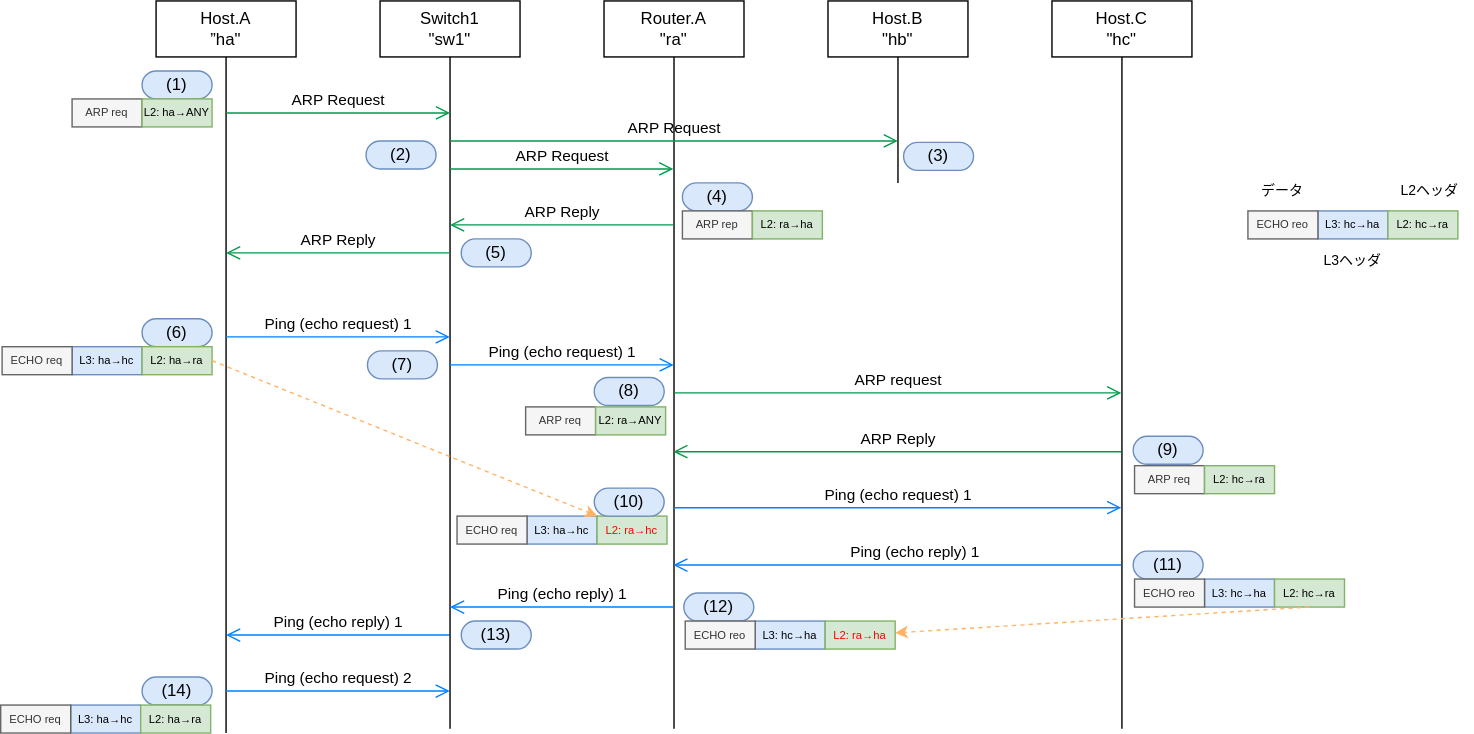
Earlier version of the draw.io export exercise_docs/tutorial6/sequence.drawio.svg (infra-handson/network-training). Source tidied: cells renumbered, new cells last; positions are measured from the earlier drawing's top-left corner, leaving out a move shared by most shapes.
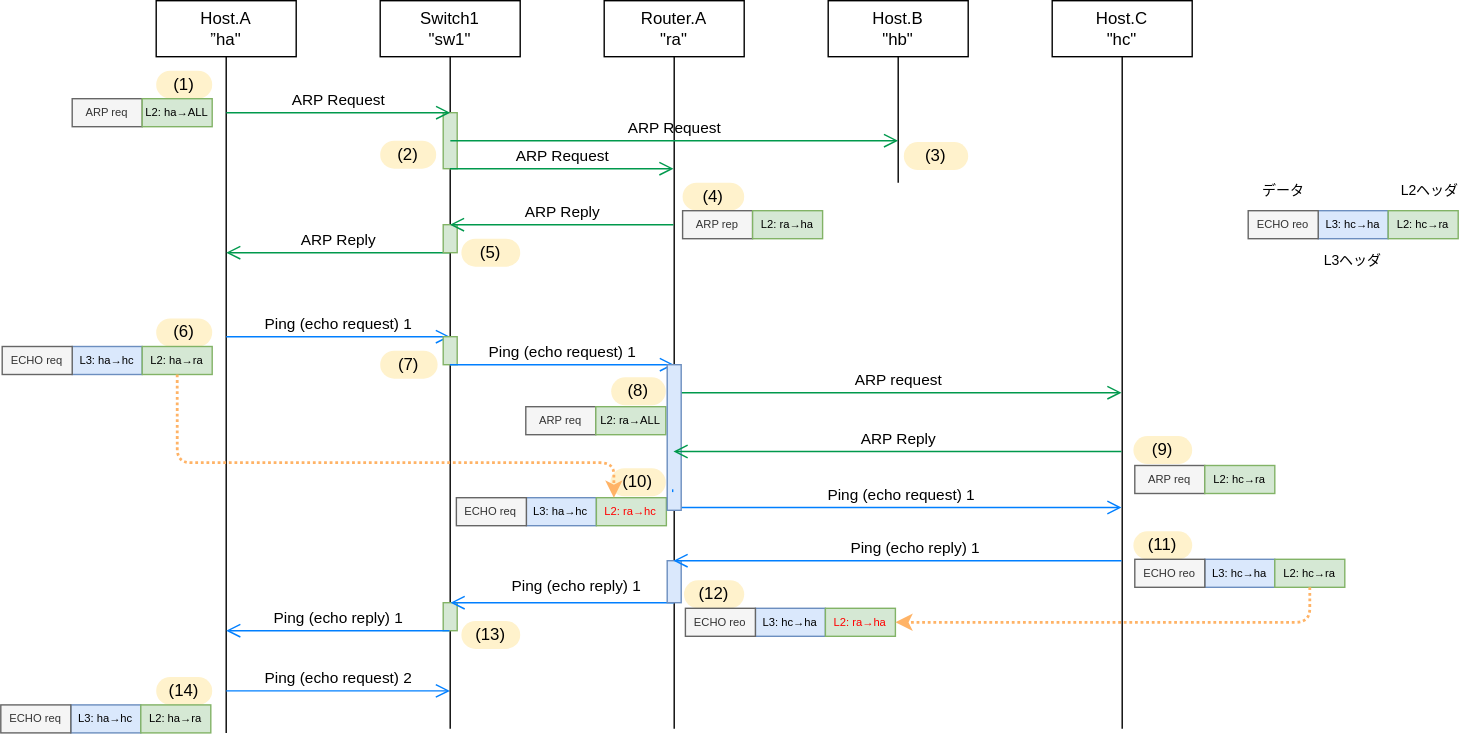
The same diagram one commit later.

The edit, as a diff of the source:
```diff
@@ -7,14 +7,5 @@
     </mxCell>
-    <mxCell id="3" value="(1)" style="rounded=1;whiteSpace=wrap;html=1;arcSize=50;fillColor=#dae8fc;strokeColor=#6c8ebf;" parent="2" vertex="1">
-      <mxGeometry x="-10" y="50" width="50" height="20" as="geometry" />
+    <mxCell id="3" value="(1)" style="rounded=1;whiteSpace=wrap;html=1;arcSize=50;fillColor=#fff2cc;strokeColor=none;" parent="2" vertex="1">
+      <mxGeometry y="50" width="40" height="20" as="geometry" />
     </mxCell>
-    <mxCell id="4" value="Ping (echo reply) 1" style="endArrow=open;startArrow=none;endFill=0;startFill=0;endSize=8;html=1;verticalAlign=bottom;labelBackgroundColor=none;strokeWidth=1;strokeColor=#007FFF;" parent="2" edge="1">
-      <mxGeometry relative="1" as="geometry">
-        <mxPoint x="209.5" y="453" as="sourcePoint" />
-        <mxPoint x="50" y="453" as="targetPoint" />
-        <Array as="points">
-          <mxPoint x="87.8" y="453" />
-        </Array>
-      </mxGeometry>
-    </mxCell>
     <mxCell id="5" value="Ping (echo request) 2" style="endArrow=open;startArrow=none;endFill=0;startFill=0;endSize=8;html=1;verticalAlign=bottom;labelBackgroundColor=none;strokeWidth=1;strokeColor=#007FFF;" parent="2" edge="1">
@@ -28,4 +19,4 @@
     </mxCell>
-    <mxCell id="6" value="(14)" style="rounded=1;whiteSpace=wrap;html=1;arcSize=50;fillColor=#dae8fc;strokeColor=#6c8ebf;" parent="2" vertex="1">
-      <mxGeometry x="-10" y="483" width="50" height="20" as="geometry" />
+    <mxCell id="6" value="(14)" style="rounded=1;whiteSpace=wrap;html=1;arcSize=50;fillColor=#fff2cc;strokeColor=none;" parent="2" vertex="1">
+      <mxGeometry y="483" width="40" height="20" as="geometry" />
     </mxCell>
@@ -34,3 +25,3 @@
     </mxCell>
-    <mxCell id="8" value="L2: ha→ANY" style="rounded=0;whiteSpace=wrap;html=1;fontSize=8;fillColor=#d5e8d4;strokeColor=#82b366;" parent="2" vertex="1">
+    <mxCell id="8" value="L2: ha→ALL" style="rounded=0;whiteSpace=wrap;html=1;fontSize=8;fillColor=#d5e8d4;strokeColor=#82b366;" parent="2" vertex="1">
       <mxGeometry x="-10" y="70" width="50" height="20" as="geometry" />
@@ -67,2 +58,17 @@
     </mxCell>
+    <mxCell id="16" value="(2)" style="rounded=1;whiteSpace=wrap;html=1;arcSize=50;fillColor=#fff2cc;strokeColor=none;" parent="12" vertex="1">
+      <mxGeometry y="100" width="40" height="20" as="geometry" />
+    </mxCell>
+    <mxCell id="66" style="html=1;perimeter=orthogonalPerimeter;fillColor=#d5e8d4;strokeColor=#82b366;" parent="12" vertex="1">
+      <mxGeometry x="45" y="80" width="10" height="40" as="geometry" />
+    </mxCell>
+    <mxCell id="67" style="html=1;perimeter=orthogonalPerimeter;fillColor=#d5e8d4;strokeColor=#82b366;" parent="12" vertex="1">
+      <mxGeometry x="45" y="160" width="10" height="20" as="geometry" />
+    </mxCell>
+    <mxCell id="68" style="html=1;perimeter=orthogonalPerimeter;fillColor=#d5e8d4;strokeColor=#82b366;" parent="12" vertex="1">
+      <mxGeometry x="45" y="240" width="10" height="20" as="geometry" />
+    </mxCell>
+    <mxCell id="69" style="html=1;perimeter=orthogonalPerimeter;fillColor=#d5e8d4;strokeColor=#82b366;" parent="12" vertex="1">
+      <mxGeometry x="45" y="430" width="10" height="20" as="geometry" />
+    </mxCell>
     <mxCell id="15" value="ARP Request" style="endArrow=open;startArrow=none;endFill=0;startFill=0;endSize=8;html=1;verticalAlign=bottom;labelBackgroundColor=none;strokeWidth=1;strokeColor=#00994D;" parent="12" edge="1">
@@ -73,5 +79,2 @@
     </mxCell>
-    <mxCell id="16" value="(2)" style="rounded=1;whiteSpace=wrap;html=1;arcSize=50;fillColor=#dae8fc;strokeColor=#6c8ebf;" parent="12" vertex="1">
-      <mxGeometry x="-10" y="100" width="50" height="20" as="geometry" />
-    </mxCell>
     <mxCell id="17" value="Router.A&lt;br&gt;&quot;ra&quot;" style="shape=umlLifeline;perimeter=lifelinePerimeter;whiteSpace=wrap;html=1;outlineConnect=0;lifelineDashed=0;" parent="1" vertex="1">
@@ -88,7 +91,7 @@
     <mxCell id="19" value="Ping (echo reply) 1" style="endArrow=open;startArrow=none;endFill=0;startFill=0;endSize=8;html=1;verticalAlign=bottom;labelBackgroundColor=none;strokeWidth=1;strokeColor=#007FFF;" parent="17" edge="1">
-      <mxGeometry relative="1" as="geometry">
-        <mxPoint x="49.5" y="433" as="sourcePoint" />
-        <mxPoint x="-110" y="433" as="targetPoint" />
+      <mxGeometry x="-0.13" y="-3" relative="1" as="geometry">
+        <mxPoint x="49.8" y="430" as="sourcePoint" />
+        <mxPoint x="-109.8" y="430" as="targetPoint" />
         <Array as="points">
-          <mxPoint x="-72.2" y="433" />
+          <mxPoint x="-71.9" y="430" />
         </Array>
@@ -99,3 +102,3 @@
     </mxCell>
-    <mxCell id="21" value="L2: ra→ANY" style="rounded=0;whiteSpace=wrap;html=1;fontSize=8;fillColor=#d5e8d4;strokeColor=#82b366;" parent="17" vertex="1">
+    <mxCell id="21" value="L2: ra→ALL" style="rounded=0;whiteSpace=wrap;html=1;fontSize=8;fillColor=#d5e8d4;strokeColor=#82b366;" parent="17" vertex="1">
       <mxGeometry x="-6" y="290" width="50" height="20" as="geometry" />
@@ -103,10 +106,13 @@
     <mxCell id="22" value="L3: ha→hc" style="rounded=0;whiteSpace=wrap;html=1;fontSize=8;fillColor=#dae8fc;strokeColor=#6c8ebf;" parent="17" vertex="1">
-      <mxGeometry x="-55" y="368" width="50" height="20" as="geometry" />
+      <mxGeometry x="-55.6" y="355" width="50" height="20" as="geometry" />
     </mxCell>
     <mxCell id="23" value="&lt;font color=&quot;#ff0000&quot;&gt;L2: ra→hc&lt;/font&gt;" style="rounded=0;whiteSpace=wrap;html=1;fontSize=8;fillColor=#d5e8d4;strokeColor=#82b366;" parent="17" vertex="1">
-      <mxGeometry x="-5" y="368" width="50" height="20" as="geometry" />
+      <mxGeometry x="-5.6" y="355" width="50" height="20" as="geometry" />
     </mxCell>
     <mxCell id="24" value="ECHO req" style="rounded=0;whiteSpace=wrap;html=1;fontSize=8;fillColor=#f5f5f5;strokeColor=#666666;fontColor=#333333;" parent="17" vertex="1">
-      <mxGeometry x="-105" y="368" width="50" height="20" as="geometry" />
+      <mxGeometry x="-105.6" y="355" width="50" height="20" as="geometry" />
     </mxCell>
+    <mxCell id="70" style="html=1;perimeter=orthogonalPerimeter;fillColor=#dae8fc;strokeColor=#6c8ebf;" parent="17" vertex="1">
+      <mxGeometry x="45" y="400" width="10" height="30" as="geometry" />
+    </mxCell>
     <mxCell id="25" value="Host.B&lt;br&gt;&quot;hb&quot;" style="shape=umlLifeline;perimeter=lifelinePerimeter;whiteSpace=wrap;html=1;lifelineDashed=0;" parent="1" vertex="1">
@@ -117,4 +123,4 @@
     </mxCell>
-    <mxCell id="27" value="(9)" style="rounded=1;whiteSpace=wrap;html=1;arcSize=50;fillColor=#dae8fc;strokeColor=#6c8ebf;" parent="26" vertex="1">
-      <mxGeometry x="58" y="311" width="50" height="20" as="geometry" />
+    <mxCell id="27" value="(9)" style="rounded=1;whiteSpace=wrap;html=1;arcSize=50;fillColor=#fff2cc;strokeColor=none;" parent="26" vertex="1">
+      <mxGeometry x="58" y="311" width="42" height="20" as="geometry" />
     </mxCell>
@@ -151,31 +157,19 @@
     </mxCell>
-    <mxCell id="32" value="(3)" style="rounded=1;whiteSpace=wrap;html=1;arcSize=50;fillColor=#dae8fc;strokeColor=#6c8ebf;" parent="1" vertex="1">
-      <mxGeometry x="645" y="101" width="50" height="20" as="geometry" />
+    <mxCell id="32" value="(3)" style="rounded=1;whiteSpace=wrap;html=1;arcSize=50;fillColor=#fff2cc;strokeColor=none;" parent="1" vertex="1">
+      <mxGeometry x="645" y="101" width="46" height="20" as="geometry" />
     </mxCell>
-    <mxCell id="33" value="(4)" style="rounded=1;whiteSpace=wrap;html=1;arcSize=50;fillColor=#dae8fc;strokeColor=#6c8ebf;" parent="1" vertex="1">
-      <mxGeometry x="487" y="130" width="50" height="20" as="geometry" />
+    <mxCell id="33" value="(4)" style="rounded=1;whiteSpace=wrap;html=1;arcSize=50;fillColor=#fff2cc;strokeColor=none;" parent="1" vertex="1">
+      <mxGeometry x="487" y="130" width="44" height="20" as="geometry" />
     </mxCell>
-    <mxCell id="34" value="(5)" style="rounded=1;whiteSpace=wrap;html=1;arcSize=50;fillColor=#dae8fc;strokeColor=#6c8ebf;" parent="1" vertex="1">
-      <mxGeometry x="329" y="170" width="50" height="20" as="geometry" />
+    <mxCell id="34" value="(5)" style="rounded=1;whiteSpace=wrap;html=1;arcSize=50;fillColor=#fff2cc;strokeColor=none;" parent="1" vertex="1">
+      <mxGeometry x="329" y="170" width="42" height="20" as="geometry" />
     </mxCell>
-    <mxCell id="35" value="(6)" style="rounded=1;whiteSpace=wrap;html=1;arcSize=50;fillColor=#dae8fc;strokeColor=#6c8ebf;" parent="1" vertex="1">
-      <mxGeometry x="101" y="227" width="50" height="20" as="geometry" />
+    <mxCell id="35" value="(6)" style="rounded=1;whiteSpace=wrap;html=1;arcSize=50;fillColor=#fff2cc;strokeColor=none;" parent="1" vertex="1">
+      <mxGeometry x="111" y="227" width="40" height="20" as="geometry" />
     </mxCell>
-    <mxCell id="36" value="(7)" style="rounded=1;whiteSpace=wrap;html=1;arcSize=50;fillColor=#dae8fc;strokeColor=#6c8ebf;" parent="1" vertex="1">
-      <mxGeometry x="262" y="250" width="50" height="20" as="geometry" />
+    <mxCell id="36" value="(7)" style="rounded=1;whiteSpace=wrap;html=1;arcSize=50;fillColor=#fff2cc;strokeColor=none;" parent="1" vertex="1">
+      <mxGeometry x="271" y="250" width="41" height="20" as="geometry" />
     </mxCell>
-    <mxCell id="37" value="(8)" style="rounded=1;whiteSpace=wrap;html=1;arcSize=50;fillColor=#dae8fc;strokeColor=#6c8ebf;" parent="1" vertex="1">
-      <mxGeometry x="424" y="269" width="50" height="20" as="geometry" />
-    </mxCell>
-    <mxCell id="38" value="ARP Reply" style="endArrow=open;startArrow=none;endFill=0;startFill=0;endSize=8;html=1;verticalAlign=bottom;labelBackgroundColor=none;strokeWidth=1;strokeColor=#00994D;" parent="1" edge="1" source="26">
-      <mxGeometry x="-0.01" relative="1" as="geometry">
-        <mxPoint x="480.5" y="322" as="targetPoint" />
-        <Array as="points">
-          <mxPoint x="689.4" y="322" />
-        </Array>
-      </mxGeometry>
-    </mxCell>
-    <mxCell id="39" value="Ping (echo request) 1" style="endArrow=open;startArrow=none;endFill=0;startFill=0;endSize=8;html=1;verticalAlign=bottom;labelBackgroundColor=none;strokeWidth=1;strokeColor=#007FFF;" parent="1" edge="1" target="26">
+    <mxCell id="39" value="Ping (echo request) 1" style="endArrow=open;startArrow=none;endFill=0;startFill=0;endSize=8;html=1;verticalAlign=bottom;labelBackgroundColor=none;strokeWidth=1;strokeColor=#007FFF;" parent="1" edge="1" source="71" target="26">
       <mxGeometry relative="1" as="geometry">
-        <mxPoint x="480.5" y="362" as="sourcePoint" />
         <Array as="points">
@@ -185,10 +179,8 @@
     </mxCell>
-    <mxCell id="40" value="(10)" style="rounded=1;whiteSpace=wrap;html=1;arcSize=50;fillColor=#dae8fc;strokeColor=#6c8ebf;" parent="1" vertex="1">
-      <mxGeometry x="424" y="348" width="50" height="20" as="geometry" />
-    </mxCell>
-    <mxCell id="41" value="Ping (echo reply) 1" style="endArrow=open;startArrow=none;endFill=0;startFill=0;endSize=8;html=1;verticalAlign=bottom;labelBackgroundColor=none;strokeWidth=1;strokeColor=#007FFF;" parent="1" edge="1" source="26">
+    <mxCell id="41" value="Ping (echo reply) 1" style="endArrow=open;startArrow=none;endFill=0;startFill=0;endSize=8;html=1;verticalAlign=bottom;labelBackgroundColor=none;strokeWidth=1;strokeColor=#007FFF;" parent="1" edge="1">
       <mxGeometry x="-0.08" relative="1" as="geometry">
-        <mxPoint x="480.5" y="403" as="targetPoint" />
+        <mxPoint x="800.5" y="400" as="sourcePoint" />
+        <mxPoint x="480.5" y="400" as="targetPoint" />
         <Array as="points">
-          <mxPoint x="693.5" y="403" />
+          <mxPoint x="693.5" y="400" />
         </Array>
@@ -196,10 +188,10 @@
     </mxCell>
-    <mxCell id="42" value="(11)" style="rounded=1;whiteSpace=wrap;html=1;arcSize=50;fillColor=#dae8fc;strokeColor=#6c8ebf;" parent="1" vertex="1">
-      <mxGeometry x="809" y="393" width="50" height="20" as="geometry" />
+    <mxCell id="42" value="(11)" style="rounded=1;whiteSpace=wrap;html=1;arcSize=50;fillColor=#fff2cc;strokeColor=none;" parent="1" vertex="1">
+      <mxGeometry x="809" y="379" width="42" height="20" as="geometry" />
     </mxCell>
-    <mxCell id="43" value="(12)" style="rounded=1;whiteSpace=wrap;html=1;arcSize=50;fillColor=#dae8fc;strokeColor=#6c8ebf;" parent="1" vertex="1">
-      <mxGeometry x="488" y="423" width="50" height="20" as="geometry" />
+    <mxCell id="43" value="(12)" style="rounded=1;whiteSpace=wrap;html=1;arcSize=50;fillColor=#fff2cc;strokeColor=none;" parent="1" vertex="1">
+      <mxGeometry x="488" y="414" width="43" height="20" as="geometry" />
     </mxCell>
-    <mxCell id="44" value="(13)" style="rounded=1;whiteSpace=wrap;html=1;arcSize=50;fillColor=#dae8fc;strokeColor=#6c8ebf;" parent="1" vertex="1">
-      <mxGeometry x="329" y="443" width="50" height="20" as="geometry" />
+    <mxCell id="44" value="(13)" style="rounded=1;whiteSpace=wrap;html=1;arcSize=50;fillColor=#fff2cc;strokeColor=none;" parent="1" vertex="1">
+      <mxGeometry x="329" y="443" width="42" height="20" as="geometry" />
     </mxCell>
@@ -227,18 +219,18 @@
     <mxCell id="52" value="L3: hc→ha" style="rounded=0;whiteSpace=wrap;html=1;fontSize=8;fillColor=#dae8fc;strokeColor=#6c8ebf;" parent="1" vertex="1">
-      <mxGeometry x="860" y="413" width="50" height="20" as="geometry" />
+      <mxGeometry x="860" y="399" width="50" height="20" as="geometry" />
     </mxCell>
     <mxCell id="53" value="&lt;font&gt;L2: hc→ra&lt;/font&gt;" style="rounded=0;whiteSpace=wrap;html=1;fontSize=8;fillColor=#d5e8d4;strokeColor=#82b366;fontColor=#000000;" parent="1" vertex="1">
-      <mxGeometry x="910" y="413" width="50" height="20" as="geometry" />
+      <mxGeometry x="910" y="399" width="50" height="20" as="geometry" />
     </mxCell>
     <mxCell id="54" value="ECHO reo" style="rounded=0;whiteSpace=wrap;html=1;fontSize=8;fillColor=#f5f5f5;strokeColor=#666666;fontColor=#333333;" parent="1" vertex="1">
-      <mxGeometry x="810" y="413" width="50" height="20" as="geometry" />
+      <mxGeometry x="810" y="399" width="50" height="20" as="geometry" />
     </mxCell>
     <mxCell id="55" value="L3: hc→ha" style="rounded=0;whiteSpace=wrap;html=1;fontSize=8;fillColor=#dae8fc;strokeColor=#6c8ebf;" parent="1" vertex="1">
-      <mxGeometry x="539" y="443" width="50" height="20" as="geometry" />
+      <mxGeometry x="539" y="434" width="50" height="20" as="geometry" />
     </mxCell>
     <mxCell id="56" value="&lt;font color=&quot;#ff0000&quot;&gt;L2: ra→ha&lt;/font&gt;" style="rounded=0;whiteSpace=wrap;html=1;fontSize=8;fillColor=#d5e8d4;strokeColor=#82b366;" parent="1" vertex="1">
-      <mxGeometry x="589" y="443" width="50" height="20" as="geometry" />
+      <mxGeometry x="589" y="434" width="50" height="20" as="geometry" />
     </mxCell>
     <mxCell id="57" value="ECHO reo" style="rounded=0;whiteSpace=wrap;html=1;fontSize=8;fillColor=#f5f5f5;strokeColor=#666666;fontColor=#333333;" parent="1" vertex="1">
-      <mxGeometry x="489" y="443" width="50" height="20" as="geometry" />
+      <mxGeometry x="489" y="434" width="50" height="20" as="geometry" />
     </mxCell>
@@ -262,8 +254,45 @@
     </mxCell>
+    <mxCell id="65" style="endArrow=classic;html=1;fontSize=12;fontColor=#000000;strokeColor=#FFB366;exitX=0.5;exitY=1;exitDx=0;exitDy=0;dashed=1;edgeStyle=orthogonalEdgeStyle;entryX=1;entryY=0.5;entryDx=0;entryDy=0;strokeWidth=2;dashPattern=1 1;" parent="1" edge="1" source="53" target="56">
+      <mxGeometry relative="1" as="geometry" />
+    </mxCell>
+    <mxCell id="4" value="Ping (echo reply) 1" style="endArrow=open;startArrow=none;endFill=0;startFill=0;endSize=8;html=1;verticalAlign=bottom;labelBackgroundColor=none;strokeWidth=1;strokeColor=#007FFF;" parent="1" edge="1">
+      <mxGeometry relative="1" as="geometry">
+        <mxPoint x="320.5" y="450" as="sourcePoint" />
+        <mxPoint x="161" y="450" as="targetPoint" />
+        <Array as="points">
+          <mxPoint x="198.8" y="450" />
+        </Array>
+      </mxGeometry>
+    </mxCell>
+    <mxCell id="71" style="html=1;points=[];perimeter=orthogonalPerimeter;fillColor=#dae8fc;strokeColor=#6c8ebf;" parent="1" vertex="1">
+      <mxGeometry x="476" y="260" width="10" height="104" as="geometry" />
+    </mxCell>
+    <mxCell id="72" style="endArrow=none;startArrow=none;endFill=0;startFill=0;endSize=8;html=1;verticalAlign=bottom;labelBackgroundColor=none;strokeWidth=1;strokeColor=#007FFF;" parent="1" edge="1">
+      <mxGeometry relative="1" as="geometry">
+        <mxPoint x="479.9" y="349" as="sourcePoint" />
+        <mxPoint x="479.9" y="351" as="targetPoint" />
+      </mxGeometry>
+    </mxCell>
+    <mxCell id="38" value="ARP Reply" style="endArrow=open;startArrow=none;endFill=0;startFill=0;endSize=8;html=1;verticalAlign=bottom;labelBackgroundColor=none;strokeWidth=1;strokeColor=#00994D;" parent="1" edge="1" source="26">
+      <mxGeometry x="-0.01" relative="1" as="geometry">
+        <mxPoint x="480.5" y="322" as="targetPoint" />
+        <Array as="points">
+          <mxPoint x="689.4" y="322" />
+        </Array>
+      </mxGeometry>
+    </mxCell>
+    <mxCell id="37" value="(8)" style="rounded=1;whiteSpace=wrap;html=1;arcSize=50;fillColor=#fff2cc;strokeColor=none;" parent="1" vertex="1">
+      <mxGeometry x="436" y="269" width="39" height="20" as="geometry" />
+    </mxCell>
+    <mxCell id="40" value="(10)" style="rounded=1;whiteSpace=wrap;html=1;arcSize=50;fillColor=#fff2cc;strokeColor=none;" parent="1" vertex="1">
+      <mxGeometry x="435.4" y="334" width="39.6" height="20" as="geometry" />
+    </mxCell>
-    <mxCell id="64" style="endArrow=classic;html=1;fontSize=12;fontColor=#000000;strokeColor=#FFB366;exitX=1;exitY=0.5;exitDx=0;exitDy=0;dashed=1;" parent="1" edge="1" source="46" target="23">
-      <mxGeometry relative="1" as="geometry" />
+    <mxCell id="64" style="endArrow=classic;html=1;fontSize=12;fontColor=#000000;strokeColor=#FFB366;exitX=0.5;exitY=1;exitDx=0;exitDy=0;dashed=1;edgeStyle=orthogonalEdgeStyle;strokeWidth=2;dashPattern=1 1;entryX=0.25;entryY=0;entryDx=0;entryDy=0;" parent="1" edge="1" source="46" target="23">
+      <mxGeometry relative="1" as="geometry">
+        <Array as="points">
+          <mxPoint x="126" y="330" />
+          <mxPoint x="438" y="330" />
+        </Array>
+      </mxGeometry>
     </mxCell>
-    <mxCell id="65" style="endArrow=classic;html=1;fontSize=12;fontColor=#000000;strokeColor=#FFB366;exitX=0.5;exitY=1;exitDx=0;exitDy=0;dashed=1;" parent="1" edge="1" source="53" target="56">
-      <mxGeometry relative="1" as="geometry" />
-    </mxCell>
   </root>
```
